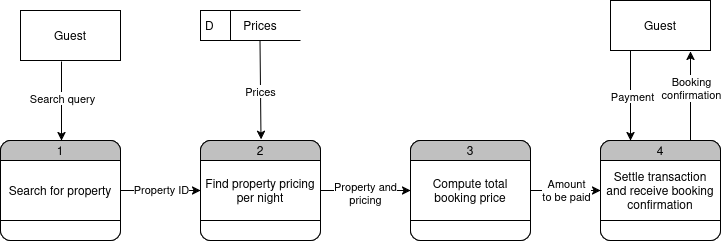
This is data-flow-diagram/data_flow_diagram.png from MutabPato/alx-airbnb-project-documentation, a draw.io export, as it was before one commit. Source tidied: cells renumbered, new cells last; positions are measured from the earlier drawing's top-left corner, leaving out a move shared by most shapes.
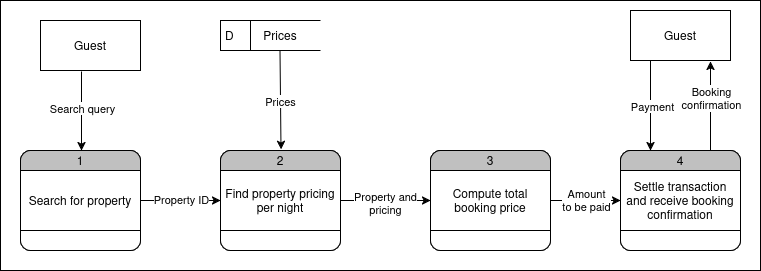
After the change.

Commit message:
updated data flow diagram

Change to the diagram source:
```diff
@@ -2,6 +2,9 @@
   <root>
     <mxCell id="0" />
     <mxCell id="1" parent="0" />
+    <mxCell id="36" style="rounded=0;whiteSpace=wrap;html=1;" parent="1" vertex="1">
+      <mxGeometry x="-20" y="-10" width="760" height="270" as="geometry" />
+    </mxCell>
     <mxCell id="2" value="Guest" style="html=1;dashed=0;whiteSpace=wrap;" parent="1" vertex="1">
       <mxGeometry x="20" y="10" width="100" height="50" as="geometry" />
     </mxCell>
```
